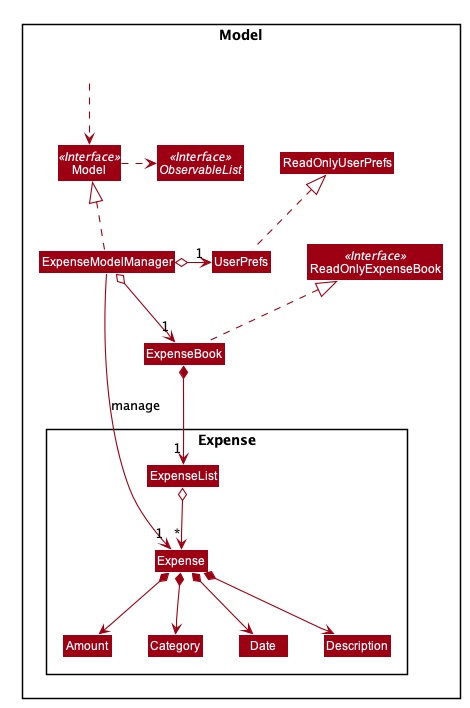
Earlier version of the PlantUML export docs/images/ModelClassDiagram.png (yyutong/tp).
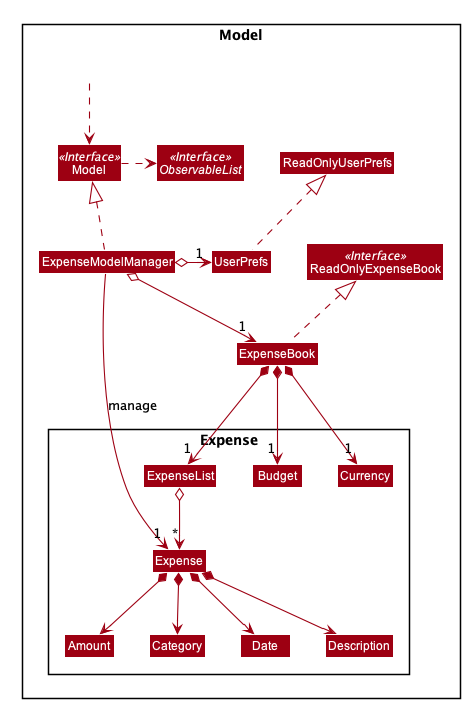
After the change.

Diff of the diagram source:
```diff
@@ -69,6 +69,8 @@
 Class Date
 Class Description
 Class ExpenseList
+Class Budget
+Class Currency
 }
 
 Class HiddenOutside #FFFFFF
@@ -83,6 +85,8 @@
 UserPrefs .up.|> ReadOnlyUserPrefs
 
 ExpenseBook *--> "1" ExpenseList
+ExpenseBook *--> "1" Budget
+ExpenseBook *--> "1" Currency
 ExpenseList o--> "*" Expense
 Expense *--> Amount
 Expense *--> Date
```
